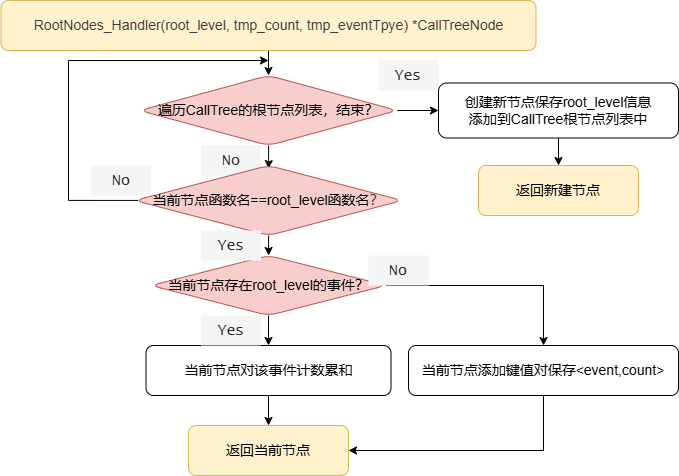
Before: RootNodes_Handler.drawio.png, a diagram exported from draw.io (Dong-J93/os_pic2024). Source tidied: cells renumbered, new cells last; positions are measured from the earlier drawing's top-left corner, leaving out a move shared by most shapes.
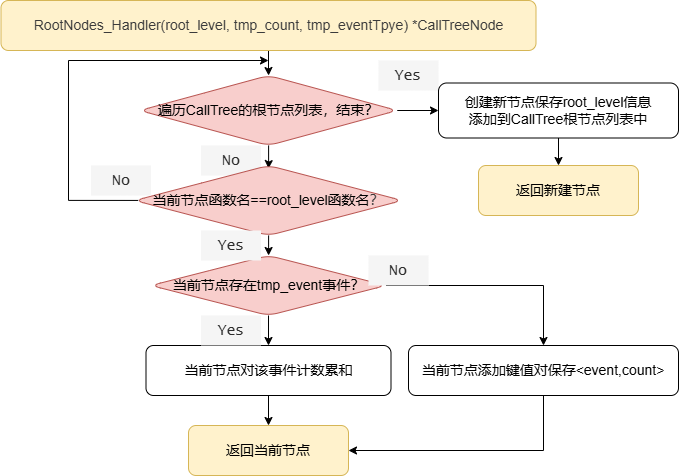
The same diagram one commit later.

Diff of the diagram source:
```diff
@@ -47,7 +47,7 @@
     <mxCell id="14" style="edgeStyle=orthogonalEdgeStyle;rounded=0;jettySize=auto;html=1;" parent="1" edge="1" source="15" target="20">
       <mxGeometry relative="1" as="geometry" />
     </mxCell>
-    <mxCell id="15" value="&lt;span style=&quot;font-size: 14px;&quot;&gt;当前节点存在root_level的事件？&lt;/span&gt;" style="rhombus;whiteSpace=wrap;html=1;fillColor=#f8cecc;rounded=1;strokeColor=#b85450;" parent="1" vertex="1">
+    <mxCell id="15" value="&lt;span style=&quot;font-size: 14px;&quot;&gt;当前节点存在tmp_event事件？&lt;/span&gt;" style="rhombus;whiteSpace=wrap;html=1;fillColor=#f8cecc;rounded=1;strokeColor=#b85450;" parent="1" vertex="1">
       <mxGeometry x="150.5" y="255" width="235" height="60" as="geometry" />
     </mxCell>
     <mxCell id="16" style="edgeStyle=orthogonalEdgeStyle;rounded=0;jettySize=auto;html=1;" parent="1" edge="1" source="17" target="9">
```
